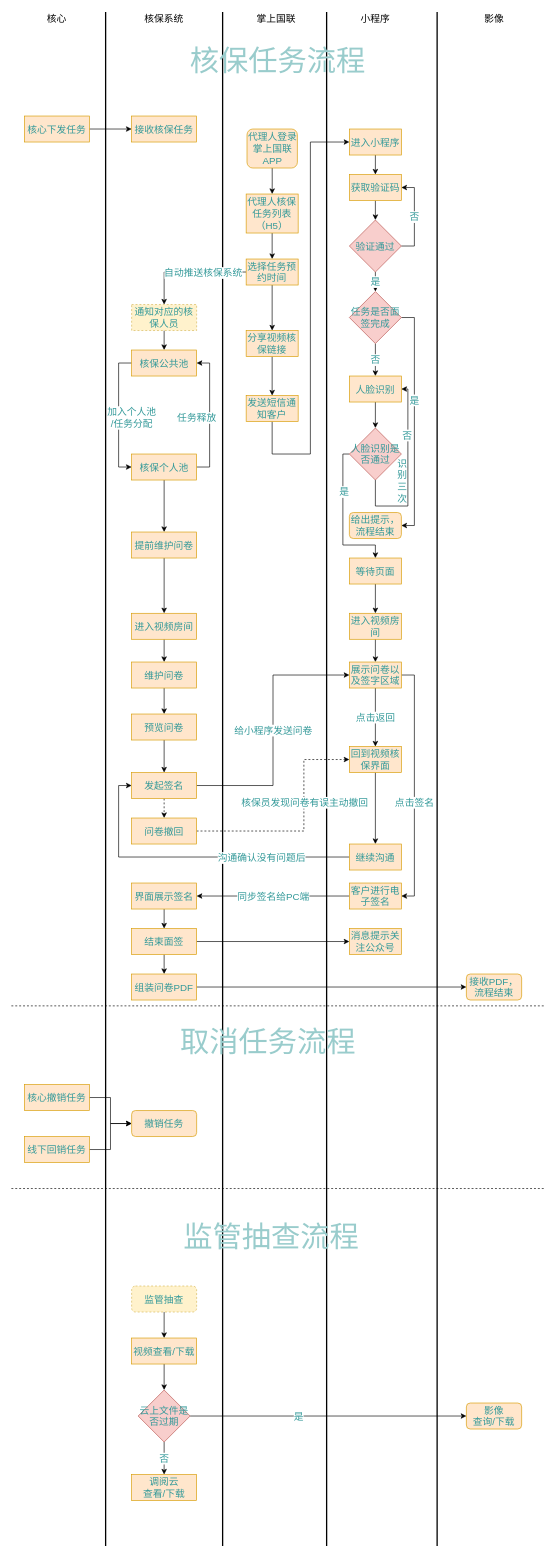
Before: Untitled Diagram.drawio in slpgoblin/open-design, a draw.io diagram. Source tidied: cells renumbered, new cells numbered last; positions are measured from the earlier drawing's top-left corner, leaving out a move shared by most shapes. Both pictures are drawn from the tidied source at 65%, with x=0, y=0 at pixel (11, 12).
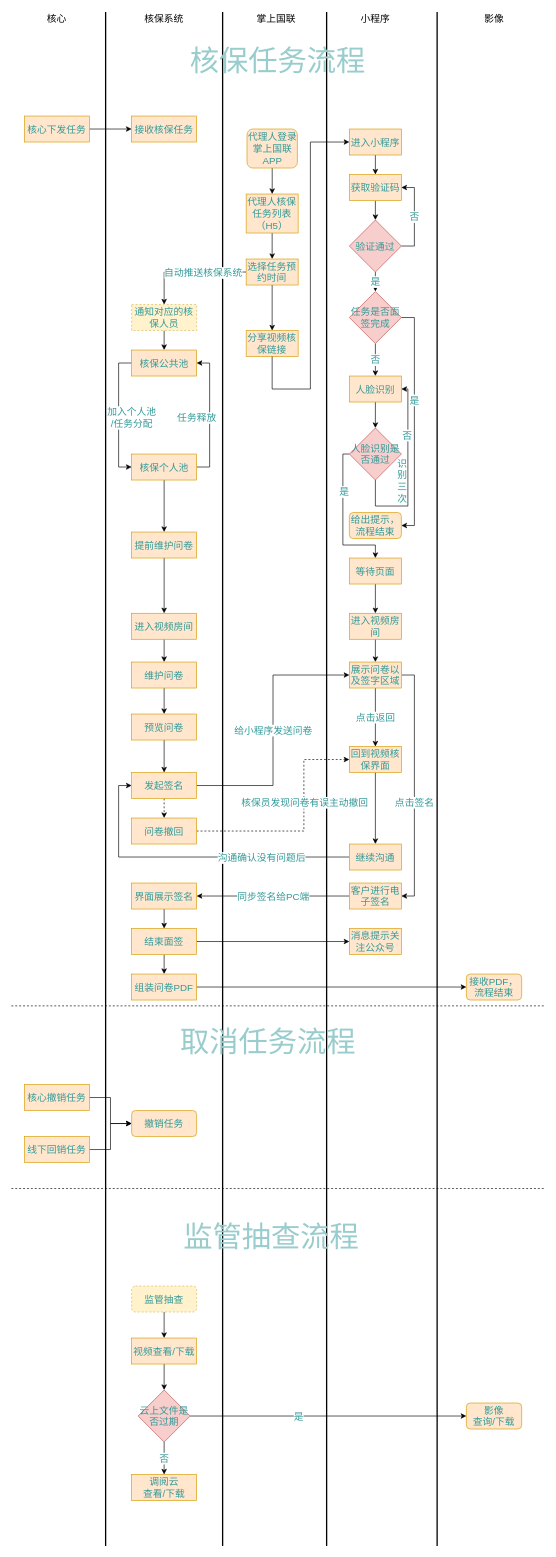
The same diagram, later.

Unchanged cells that the change refers to:
```xml
<mxCell id="29" value="分享视频核保链接" style="rounded=0;whiteSpace=wrap;html=1;fontSize=15;fillColor=#ffe6cc;strokeColor=#d79b00;fontColor=#339999;" parent="1" vertex="1">
  <mxGeometry x="361.2" y="490" width="80" height="40" as="geometry" />
</mxCell>
<mxCell id="33" value="进入小程序" style="rounded=0;whiteSpace=wrap;html=1;fontSize=15;fillColor=#ffe6cc;strokeColor=#d79b00;fontColor=#339999;" parent="1" vertex="1">
  <mxGeometry x="520" y="180" width="80" height="40" as="geometry" />
</mxCell>
```

The edit, as a diff of the source:
```diff
@@
-    <mxCell id="28" style="edgeStyle=orthogonalEdgeStyle;rounded=0;jettySize=auto;html=1;exitX=0.5;exitY=1;exitDx=0;exitDy=0;entryX=0.5;entryY=0;entryDx=0;entryDy=0;fontSize=15;fontColor=#339999;" parent="1" edge="1" source="29" target="31">
-      <mxGeometry relative="1" as="geometry" />
-    </mxCell>
@@
-    <mxCell id="30" style="edgeStyle=orthogonalEdgeStyle;rounded=0;jettySize=auto;html=1;exitX=0.5;exitY=1;exitDx=0;exitDy=0;entryX=0;entryY=0.5;entryDx=0;entryDy=0;fontSize=15;fontColor=#339999;" parent="1" edge="1" source="31" target="33">
+    <mxCell id="30" style="edgeStyle=orthogonalEdgeStyle;rounded=0;jettySize=auto;html=1;exitX=0.5;exitY=1;exitDx=0;exitDy=0;entryX=0;entryY=0.5;entryDx=0;entryDy=0;fontSize=15;fontColor=#339999;" parent="1" edge="1" source="29" target="33">
       <mxGeometry relative="1" as="geometry">
         <Array as="points">
-          <mxPoint x="401" y="680" />
-          <mxPoint x="460" y="680" />
+          <mxPoint x="401" y="580" />
+          <mxPoint x="460" y="580" />
           <mxPoint x="460" y="200" />
         </Array>
       </mxGeometry>
     </mxCell>
-    <mxCell id="31" value="发送短信通知客户" style="rounded=0;whiteSpace=wrap;html=1;fontSize=15;fillColor=#ffe6cc;strokeColor=#d79b00;fontColor=#339999;" parent="1" vertex="1">
-      <mxGeometry x="361.2" y="590" width="80" height="40" as="geometry" />
-    </mxCell>
```
